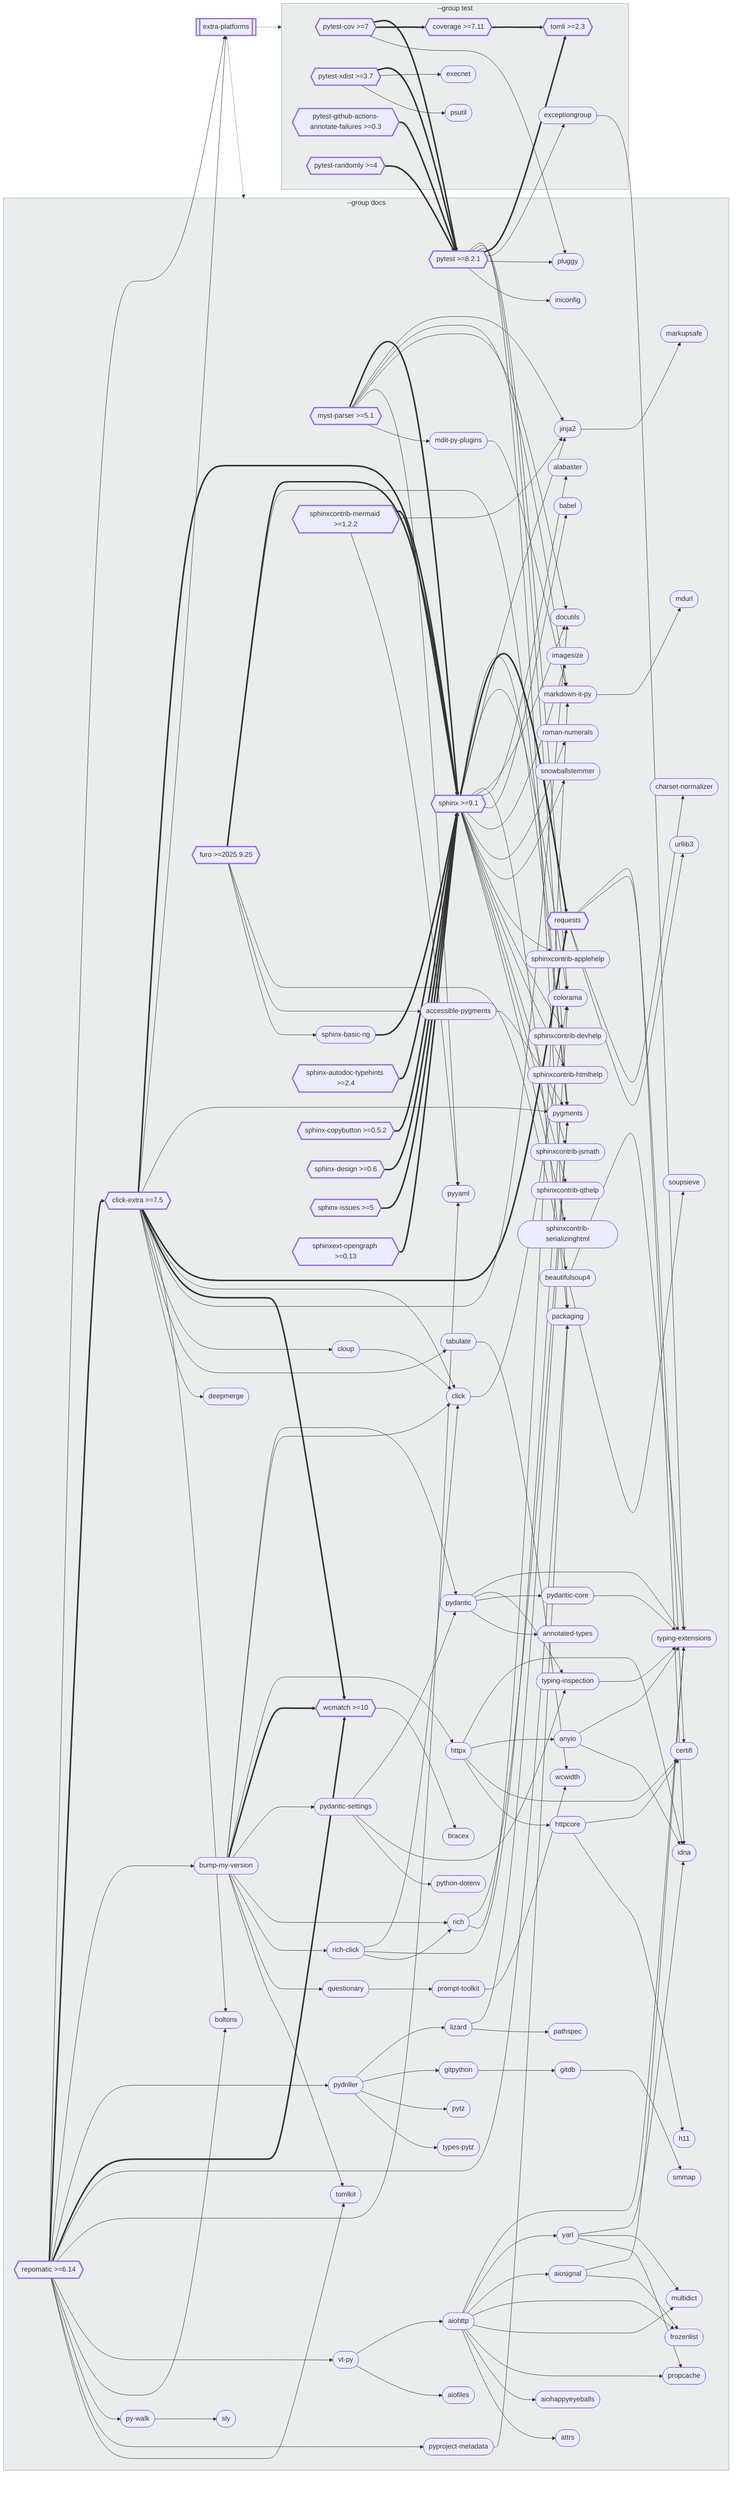
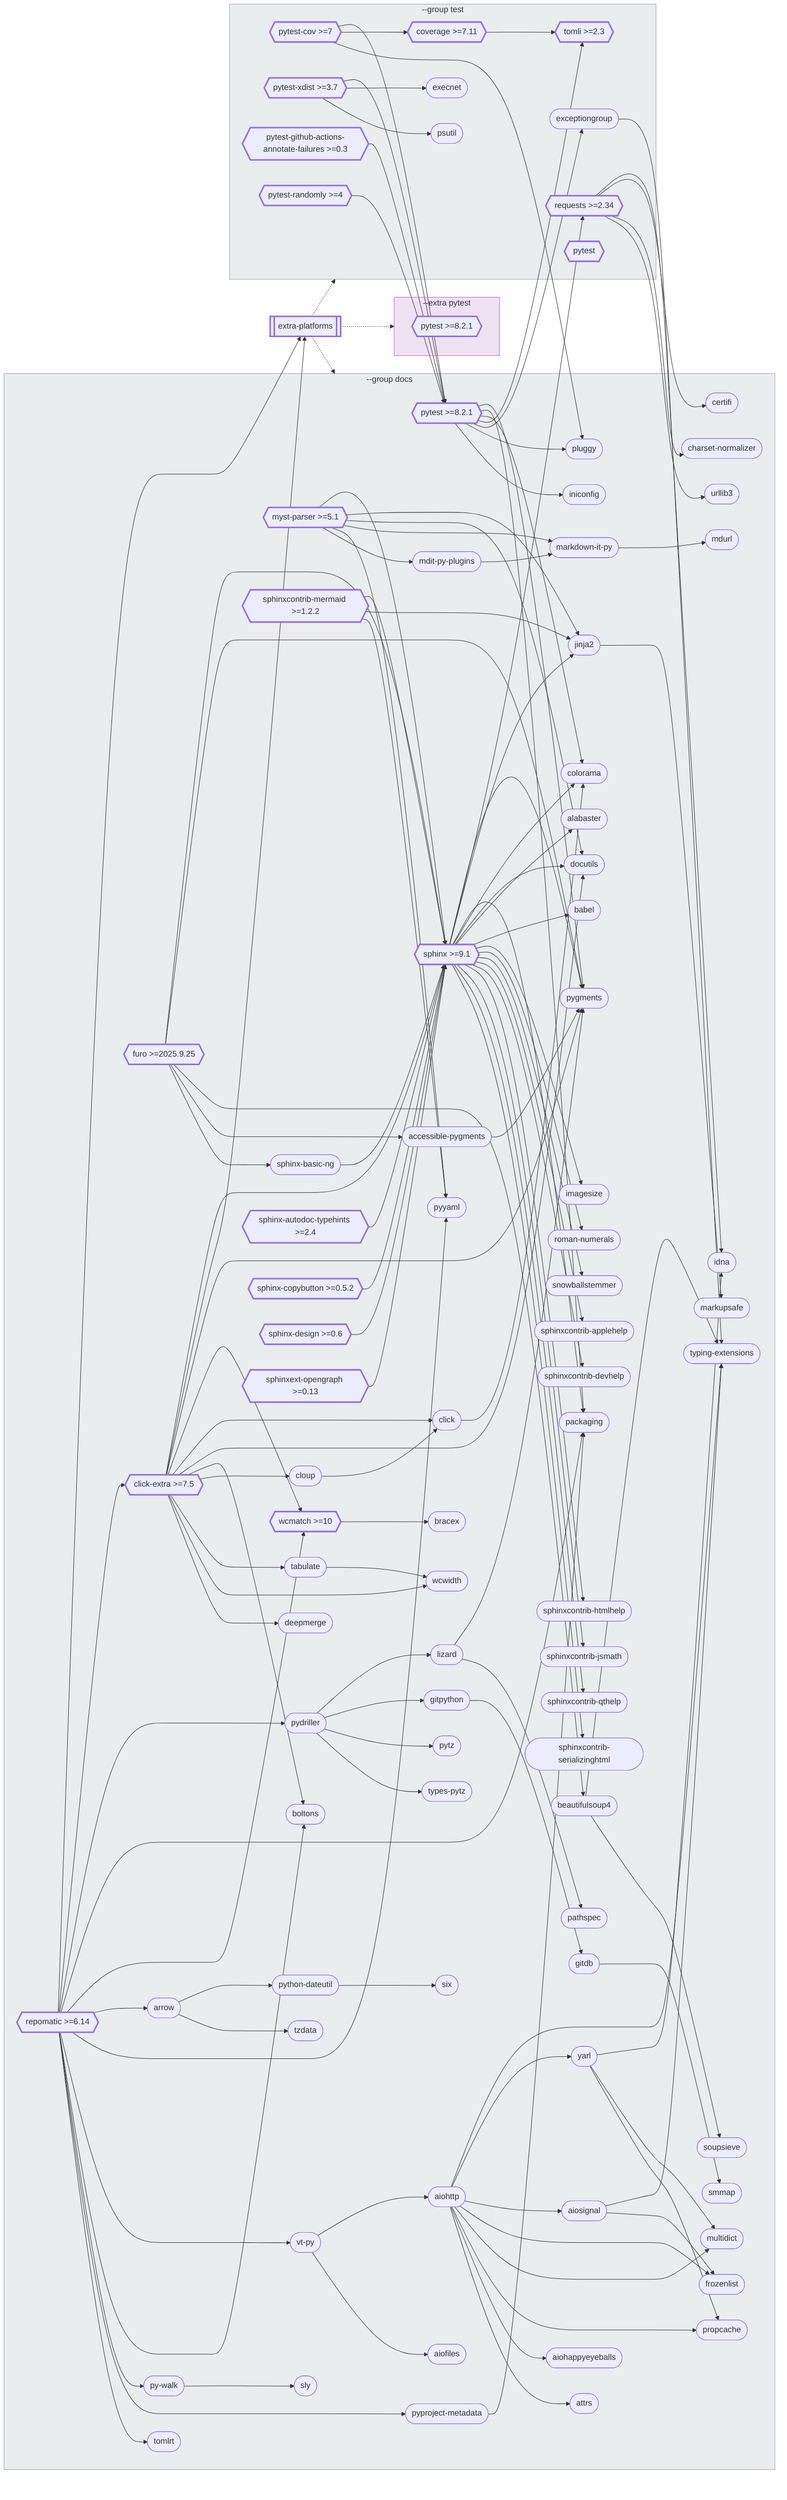
flowchart LR
    extra_platforms[["`extra-platforms`"]]
+ 
+     subgraph ext_pytest [--extra pytest]
+         ext_pytest_pytest{{"`pytest >=8.2.1`"}}
+     end

    subgraph grp_docs [--group docs]
        sphinx{{"`sphinx >=9.1`"}}
        click_extra{{"`click-extra >=7.5`"}}
        repomatic{{"`repomatic >=6.14`"}}
        pytest{{"`pytest >=8.2.1`"}}
-         bump_my_version(["`bump-my-version`"])
        aiohttp(["`aiohttp`"])
+         myst_parser{{"`myst-parser >=5.1`"}}
+         furo{{"`furo >=2025.9.25`"}}
+         pygments(["`pygments`"])
+         pydriller(["`pydriller`"])
+         jinja2(["`jinja2`"])
+         packaging(["`packaging`"])
+         sphinxcontrib_mermaid{{"`sphinxcontrib-mermaid >=1.2.2`"}}
        typing_extensions(["`typing-extensions`"])
-         myst_parser{{"`myst-parser >=5.1`"}}
-         pygments(["`pygments`"])
-         requests{{"`requests`"}}
-         furo{{"`furo >=2025.9.25`"}}
-         pydantic(["`pydantic`"])
-         click_0(["`click`"])
-         httpx(["`httpx`"])
-         pydriller(["`pydriller`"])
        wcmatch{{"`wcmatch >=10`"}}
-         colorama(["`colorama`"])
-         idna(["`idna`"])
-         jinja2(["`jinja2`"])
-         markdown_it_py(["`markdown-it-py`"])
-         packaging(["`packaging`"])
-         pydantic_settings(["`pydantic-settings`"])
-         rich(["`rich`"])
-         rich_click(["`rich-click`"])
-         sphinxcontrib_mermaid{{"`sphinxcontrib-mermaid >=1.2.2`"}}
        yarl(["`yarl`"])
        aiosignal(["`aiosignal`"])
-         anyio(["`anyio`"])
+         arrow(["`arrow`"])
        beautifulsoup4(["`beautifulsoup4`"])
-         certifi(["`certifi`"])
+         click_0(["`click`"])
+         colorama(["`colorama`"])
        docutils(["`docutils`"])
-         httpcore(["`httpcore`"])
        lizard(["`lizard`"])
+         markdown_it_py(["`markdown-it-py`"])
        pyyaml(["`pyyaml`"])
-         typing_inspection(["`typing-inspection`"])
        vt_py(["`vt-py`"])
        accessible_pygments(["`accessible-pygments`"])
        boltons(["`boltons`"])
        cloup(["`cloup`"])
        frozenlist(["`frozenlist`"])
        gitdb(["`gitdb`"])
        gitpython(["`gitpython`"])
+         idna(["`idna`"])
        mdit_py_plugins(["`mdit-py-plugins`"])
        multidict(["`multidict`"])
        pluggy(["`pluggy`"])
-         prompt_toolkit(["`prompt-toolkit`"])
        propcache(["`propcache`"])
        py_walk(["`py-walk`"])
-         pydantic_core(["`pydantic-core`"])
        pyproject_metadata(["`pyproject-metadata`"])
-         questionary(["`questionary`"])
+         python_dateutil(["`python-dateutil`"])
        sphinx_autodoc_typehints{{"`sphinx-autodoc-typehints >=2.4`"}}
        sphinx_basic_ng(["`sphinx-basic-ng`"])
        sphinx_copybutton{{"`sphinx-copybutton >=0.5.2`"}}
        sphinx_design{{"`sphinx-design >=0.6`"}}
-         sphinx_issues{{"`sphinx-issues >=5`"}}
        sphinxext_opengraph{{"`sphinxext-opengraph >=0.13`"}}
        tabulate(["`tabulate`"])
-         tomlkit(["`tomlkit`"])
        wcwidth(["`wcwidth`"])
        aiofiles(["`aiofiles`"])
        aiohappyeyeballs(["`aiohappyeyeballs`"])
        alabaster(["`alabaster`"])
-         annotated_types(["`annotated-types`"])
        attrs(["`attrs`"])
        babel(["`babel`"])
        bracex(["`bracex`"])
+         certifi(["`certifi`"])
        charset_normalizer(["`charset-normalizer`"])
        deepmerge(["`deepmerge`"])
-         h11(["`h11`"])
        imagesize(["`imagesize`"])
        iniconfig(["`iniconfig`"])
        markupsafe(["`markupsafe`"])
        mdurl(["`mdurl`"])
        pathspec(["`pathspec`"])
-         python_dotenv(["`python-dotenv`"])
        pytz(["`pytz`"])
        roman_numerals(["`roman-numerals`"])
+         six(["`six`"])
        sly(["`sly`"])
        smmap(["`smmap`"])
        snowballstemmer(["`snowballstemmer`"])
        soupsieve(["`soupsieve`"])
        sphinxcontrib_applehelp(["`sphinxcontrib-applehelp`"])
        sphinxcontrib_devhelp(["`sphinxcontrib-devhelp`"])
        sphinxcontrib_htmlhelp(["`sphinxcontrib-htmlhelp`"])
        sphinxcontrib_jsmath(["`sphinxcontrib-jsmath`"])
        sphinxcontrib_qthelp(["`sphinxcontrib-qthelp`"])
        sphinxcontrib_serializinghtml(["`sphinxcontrib-serializinghtml`"])
+         tomlrt(["`tomlrt`"])
        types_pytz(["`types-pytz`"])
+         tzdata(["`tzdata`"])
        urllib3(["`urllib3`"])
    end

    subgraph grp_test [--group test]
+         requests{{"`requests >=2.34`"}}
        pytest_cov{{"`pytest-cov >=7`"}}
        pytest_xdist{{"`pytest-xdist >=3.7`"}}
        coverage{{"`coverage >=7.11`"}}
        tomli{{"`tomli >=2.3`"}}
        exceptiongroup(["`exceptiongroup`"])
        pytest_github_actions_annotate_failures{{"`pytest-github-actions-annotate-failures >=0.3`"}}
        pytest_randomly{{"`pytest-randomly >=4`"}}
        execnet(["`execnet`"])
        psutil(["`psutil`"])
+         grp_test_pytest{{"`pytest`"}}
    end

    sphinx --> pygments
-     sphinx ==> requests
-     sphinx --> colorama
+     sphinx --> requests
    sphinx --> jinja2
    sphinx --> packaging
+     sphinx --> colorama
    sphinx --> docutils
    sphinx --> alabaster
    sphinx --> babel
    sphinx --> imagesize
    sphinx --> roman_numerals
    sphinx --> snowballstemmer
    sphinx --> sphinxcontrib_applehelp
    sphinx --> sphinxcontrib_devhelp
    sphinx --> sphinxcontrib_htmlhelp
    sphinx --> sphinxcontrib_jsmath
    sphinx --> sphinxcontrib_qthelp
    sphinx --> sphinxcontrib_serializinghtml
-     click_extra ==> sphinx
+     click_extra --> sphinx
    click_extra --> extra_platforms
    click_extra --> pygments
-     click_extra ==> requests
+     click_extra --> wcmatch
    click_extra --> click_0
-     click_extra ==> wcmatch
    click_extra --> docutils
    click_extra --> boltons
    click_extra --> cloup
    click_extra --> tabulate
+     click_extra --> wcwidth
    click_extra --> deepmerge
    repomatic --> extra_platforms
-     repomatic ==> click_extra
-     repomatic --> bump_my_version
+     repomatic --> click_extra
    repomatic --> pydriller
-     repomatic ==> wcmatch
    repomatic --> packaging
+     repomatic --> wcmatch
+     repomatic --> arrow
    repomatic --> pyyaml
    repomatic --> vt_py
    repomatic --> boltons
    repomatic --> py_walk
    repomatic --> pyproject_metadata
-     repomatic --> tomlkit
+     repomatic --> tomlrt
    pytest --> pygments
+     pytest --> packaging
    pytest --> colorama
-     pytest --> packaging
-     pytest ==> tomli
+     pytest --> tomli
    pytest --> exceptiongroup
    pytest --> pluggy
    pytest --> iniconfig
-     myst_parser ==> sphinx
+     myst_parser --> sphinx
    myst_parser --> jinja2
+     myst_parser --> docutils
    myst_parser --> markdown_it_py
-     myst_parser --> docutils
    myst_parser --> pyyaml
    myst_parser --> mdit_py_plugins
+     furo --> sphinx
+     furo --> pygments
+     furo --> beautifulsoup4
+     furo --> accessible_pygments
+     furo --> sphinx_basic_ng
    requests --> idna
    requests --> certifi
    requests --> charset_normalizer
    requests --> urllib3
-     furo ==> sphinx
-     furo --> pygments
-     furo --> beautifulsoup4
-     furo --> accessible_pygments
-     furo --> sphinx_basic_ng
-     wcmatch --> bracex
-     pytest_cov ==> pytest
-     pytest_cov ==> coverage
+     pytest_cov --> pytest
+     pytest_cov --> coverage
    pytest_cov --> pluggy
-     pytest_xdist ==> pytest
+     pytest_xdist --> pytest
    pytest_xdist --> execnet
    pytest_xdist --> psutil
-     sphinxcontrib_mermaid ==> sphinx
+     sphinxcontrib_mermaid --> sphinx
    sphinxcontrib_mermaid --> jinja2
    sphinxcontrib_mermaid --> pyyaml
-     coverage ==> tomli
-     pytest_github_actions_annotate_failures ==> pytest
-     pytest_randomly ==> pytest
-     sphinx_autodoc_typehints ==> sphinx
-     sphinx_copybutton ==> sphinx
-     sphinx_design ==> sphinx
-     sphinx_issues ==> sphinx
-     sphinxext_opengraph ==> sphinx
-     bump_my_version --> pydantic
-     bump_my_version --> click_0
-     bump_my_version --> httpx
-     bump_my_version ==> wcmatch
-     bump_my_version --> pydantic_settings
-     bump_my_version --> rich
-     bump_my_version --> rich_click
-     bump_my_version --> questionary
-     bump_my_version --> tomlkit
-     click_0 --> colorama
+     wcmatch --> bracex
+     coverage --> tomli
+     pytest_github_actions_annotate_failures --> pytest
+     pytest_randomly --> pytest
+     sphinx_autodoc_typehints --> sphinx
+     sphinx_copybutton --> sphinx
+     sphinx_design --> sphinx
+     sphinxext_opengraph --> sphinx
    pydriller --> lizard
    pydriller --> gitpython
    pydriller --> pytz
    pydriller --> types_pytz
    jinja2 --> markupsafe
-     markdown_it_py --> mdurl
+     arrow --> python_dateutil
+     arrow --> tzdata
    beautifulsoup4 --> typing_extensions
    beautifulsoup4 --> soupsieve
+     click_0 --> colorama
+     markdown_it_py --> mdurl
    vt_py --> aiohttp
    vt_py --> aiofiles
    accessible_pygments --> pygments
    cloup --> click_0
    exceptiongroup --> typing_extensions
    mdit_py_plugins --> markdown_it_py
    py_walk --> sly
    pyproject_metadata --> packaging
-     sphinx_basic_ng ==> sphinx
+     sphinx_basic_ng --> sphinx
    tabulate --> wcwidth
    aiohttp --> typing_extensions
    aiohttp --> yarl
    aiohttp --> aiosignal
    aiohttp --> frozenlist
    aiohttp --> multidict
    aiohttp --> propcache
    aiohttp --> aiohappyeyeballs
    aiohttp --> attrs
-     pydantic --> typing_extensions
-     pydantic --> typing_inspection
-     pydantic --> pydantic_core
-     pydantic --> annotated_types
-     httpx --> idna
-     httpx --> anyio
-     httpx --> certifi
-     httpx --> httpcore
-     pydantic_settings --> pydantic
-     pydantic_settings --> typing_inspection
-     pydantic_settings --> python_dotenv
-     rich --> pygments
-     rich --> markdown_it_py
-     rich_click --> click_0
-     rich_click --> colorama
-     rich_click --> rich
    lizard --> pygments
    lizard --> pathspec
    gitpython --> gitdb
-     questionary --> prompt_toolkit
+     python_dateutil --> six
    yarl --> idna
    yarl --> multidict
    yarl --> propcache
    aiosignal --> typing_extensions
    aiosignal --> frozenlist
-     anyio --> typing_extensions
-     anyio --> idna
-     httpcore --> certifi
-     httpcore --> h11
-     typing_inspection --> typing_extensions
    gitdb --> smmap
-     prompt_toolkit --> wcwidth
-     pydantic_core --> typing_extensions
+     extra_platforms -.-> ext_pytest
    extra_platforms -.-> grp_docs
    extra_platforms -.-> grp_test

    click accessible_pygments "https://pypi.org/project/accessible-pygments/" _blank
    click aiofiles "https://pypi.org/project/aiofiles/" _blank
    click aiohappyeyeballs "https://pypi.org/project/aiohappyeyeballs/" _blank
    click aiohttp "https://pypi.org/project/aiohttp/" _blank
    click aiosignal "https://pypi.org/project/aiosignal/" _blank
    click alabaster "https://pypi.org/project/alabaster/" _blank
-     click annotated_types "https://pypi.org/project/annotated-types/" _blank
-     click anyio "https://pypi.org/project/anyio/" _blank
+     click arrow "https://pypi.org/project/arrow/" _blank
    click attrs "https://pypi.org/project/attrs/" _blank
    click babel "https://pypi.org/project/babel/" _blank
    click beautifulsoup4 "https://pypi.org/project/beautifulsoup4/" _blank
    click boltons "https://pypi.org/project/boltons/" _blank
    click bracex "https://pypi.org/project/bracex/" _blank
-     click bump_my_version "https://pypi.org/project/bump-my-version/" _blank
    click certifi "https://pypi.org/project/certifi/" _blank
    click charset_normalizer "https://pypi.org/project/charset-normalizer/" _blank
    click click_0 "https://pypi.org/project/click/" _blank
    click click_extra "https://pypi.org/project/click-extra/" _blank
    click cloup "https://pypi.org/project/cloup/" _blank
    click colorama "https://pypi.org/project/colorama/" _blank
    click coverage "https://pypi.org/project/coverage/" _blank
    click deepmerge "https://pypi.org/project/deepmerge/" _blank
    click docutils "https://pypi.org/project/docutils/" _blank
    click exceptiongroup "https://pypi.org/project/exceptiongroup/" _blank
    click execnet "https://pypi.org/project/execnet/" _blank
    click extra_platforms "https://pypi.org/project/extra-platforms/" _blank
    click frozenlist "https://pypi.org/project/frozenlist/" _blank
    click furo "https://pypi.org/project/furo/" _blank
    click gitdb "https://pypi.org/project/gitdb/" _blank
    click gitpython "https://pypi.org/project/gitpython/" _blank
-     click h11 "https://pypi.org/project/h11/" _blank
-     click httpcore "https://pypi.org/project/httpcore/" _blank
-     click httpx "https://pypi.org/project/httpx/" _blank
    click idna "https://pypi.org/project/idna/" _blank
    click imagesize "https://pypi.org/project/imagesize/" _blank
    click iniconfig "https://pypi.org/project/iniconfig/" _blank
    click jinja2 "https://pypi.org/project/jinja2/" _blank
    click lizard "https://pypi.org/project/lizard/" _blank
    click markdown_it_py "https://pypi.org/project/markdown-it-py/" _blank
    click markupsafe "https://pypi.org/project/markupsafe/" _blank
    click mdit_py_plugins "https://pypi.org/project/mdit-py-plugins/" _blank
    click mdurl "https://pypi.org/project/mdurl/" _blank
    click multidict "https://pypi.org/project/multidict/" _blank
    click myst_parser "https://pypi.org/project/myst-parser/" _blank
    click packaging "https://pypi.org/project/packaging/" _blank
    click pathspec "https://pypi.org/project/pathspec/" _blank
    click pluggy "https://pypi.org/project/pluggy/" _blank
-     click prompt_toolkit "https://pypi.org/project/prompt-toolkit/" _blank
    click propcache "https://pypi.org/project/propcache/" _blank
    click psutil "https://pypi.org/project/psutil/" _blank
    click py_walk "https://pypi.org/project/py-walk/" _blank
-     click pydantic "https://pypi.org/project/pydantic/" _blank
-     click pydantic_core "https://pypi.org/project/pydantic-core/" _blank
-     click pydantic_settings "https://pypi.org/project/pydantic-settings/" _blank
    click pydriller "https://pypi.org/project/pydriller/" _blank
    click pygments "https://pypi.org/project/pygments/" _blank
    click pyproject_metadata "https://pypi.org/project/pyproject-metadata/" _blank
    click pytest "https://pypi.org/project/pytest/" _blank
    click pytest_cov "https://pypi.org/project/pytest-cov/" _blank
    click pytest_github_actions_annotate_failures "https://pypi.org/project/pytest-github-actions-annotate-failures/" _blank
    click pytest_randomly "https://pypi.org/project/pytest-randomly/" _blank
    click pytest_xdist "https://pypi.org/project/pytest-xdist/" _blank
-     click python_dotenv "https://pypi.org/project/python-dotenv/" _blank
+     click python_dateutil "https://pypi.org/project/python-dateutil/" _blank
    click pytz "https://pypi.org/project/pytz/" _blank
    click pyyaml "https://pypi.org/project/pyyaml/" _blank
-     click questionary "https://pypi.org/project/questionary/" _blank
    click repomatic "https://pypi.org/project/repomatic/" _blank
    click requests "https://pypi.org/project/requests/" _blank
-     click rich "https://pypi.org/project/rich/" _blank
-     click rich_click "https://pypi.org/project/rich-click/" _blank
    click roman_numerals "https://pypi.org/project/roman-numerals/" _blank
+     click six "https://pypi.org/project/six/" _blank
    click sly "https://pypi.org/project/sly/" _blank
    click smmap "https://pypi.org/project/smmap/" _blank
    click snowballstemmer "https://pypi.org/project/snowballstemmer/" _blank
    click soupsieve "https://pypi.org/project/soupsieve/" _blank
    click sphinx "https://pypi.org/project/sphinx/" _blank
    click sphinx_autodoc_typehints "https://pypi.org/project/sphinx-autodoc-typehints/" _blank
    click sphinx_basic_ng "https://pypi.org/project/sphinx-basic-ng/" _blank
    click sphinx_copybutton "https://pypi.org/project/sphinx-copybutton/" _blank
    click sphinx_design "https://pypi.org/project/sphinx-design/" _blank
-     click sphinx_issues "https://pypi.org/project/sphinx-issues/" _blank
    click sphinxcontrib_applehelp "https://pypi.org/project/sphinxcontrib-applehelp/" _blank
    click sphinxcontrib_devhelp "https://pypi.org/project/sphinxcontrib-devhelp/" _blank
    click sphinxcontrib_htmlhelp "https://pypi.org/project/sphinxcontrib-htmlhelp/" _blank
    click sphinxcontrib_jsmath "https://pypi.org/project/sphinxcontrib-jsmath/" _blank
    click sphinxcontrib_mermaid "https://pypi.org/project/sphinxcontrib-mermaid/" _blank
    click sphinxcontrib_qthelp "https://pypi.org/project/sphinxcontrib-qthelp/" _blank
    click sphinxcontrib_serializinghtml "https://pypi.org/project/sphinxcontrib-serializinghtml/" _blank
    click sphinxext_opengraph "https://pypi.org/project/sphinxext-opengraph/" _blank
    click tabulate "https://pypi.org/project/tabulate/" _blank
    click tomli "https://pypi.org/project/tomli/" _blank
-     click tomlkit "https://pypi.org/project/tomlkit/" _blank
+     click tomlrt "https://pypi.org/project/tomlrt/" _blank
    click types_pytz "https://pypi.org/project/types-pytz/" _blank
    click typing_extensions "https://pypi.org/project/typing-extensions/" _blank
-     click typing_inspection "https://pypi.org/project/typing-inspection/" _blank
+     click tzdata "https://pypi.org/project/tzdata/" _blank
    click urllib3 "https://pypi.org/project/urllib3/" _blank
    click vt_py "https://pypi.org/project/vt-py/" _blank
    click wcmatch "https://pypi.org/project/wcmatch/" _blank
    click wcwidth "https://pypi.org/project/wcwidth/" _blank
    click yarl "https://pypi.org/project/yarl/" _blank
+     click ext_pytest_pytest "https://pypi.org/project/pytest/" _blank
+     click grp_test_pytest "https://pypi.org/project/pytest/" _blank

    style extra_platforms stroke-width:3px
    style click_extra stroke-width:3px
    style coverage stroke-width:3px
    style furo stroke-width:3px
    style myst_parser stroke-width:3px
    style pytest stroke-width:3px
    style pytest_cov stroke-width:3px
    style pytest_github_actions_annotate_failures stroke-width:3px
    style pytest_randomly stroke-width:3px
    style pytest_xdist stroke-width:3px
    style repomatic stroke-width:3px
    style requests stroke-width:3px
    style sphinx stroke-width:3px
    style sphinx_autodoc_typehints stroke-width:3px
    style sphinx_copybutton stroke-width:3px
    style sphinx_design stroke-width:3px
-     style sphinx_issues stroke-width:3px
    style sphinxcontrib_mermaid stroke-width:3px
    style sphinxext_opengraph stroke-width:3px
    style tomli stroke-width:3px
    style wcmatch stroke-width:3px
- 
+     style ext_pytest_pytest stroke-width:3px
+     style grp_test_pytest stroke-width:3px
+ 
+     style ext_pytest fill:#7B1FA220,stroke:#BA68C8
    style grp_docs fill:#546E7A20,stroke:#90A4AE
    style grp_test fill:#546E7A20,stroke:#90A4AE
